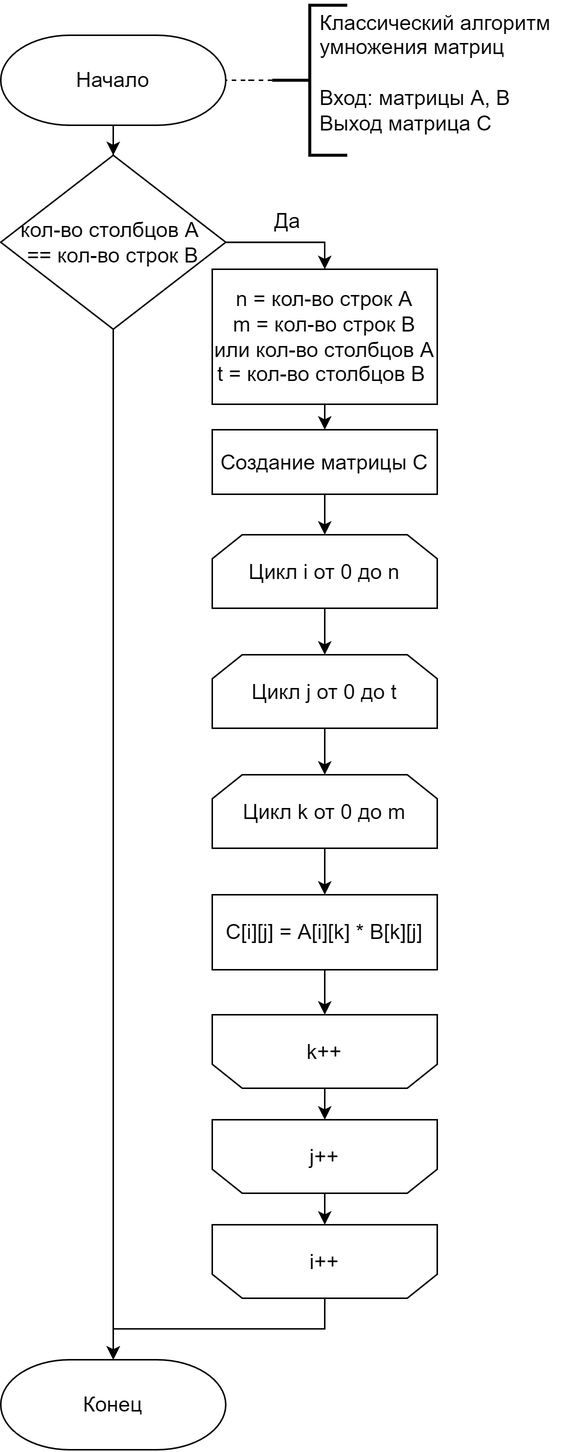
Earlier version of the draw.io export lab_02/docs/img/standart.png (Mansurow/bmstu-iu7-5sem-AA). Source tidied: cells renumbered, new cells last; positions are measured from the earlier drawing's top-left corner, leaving out a move shared by most shapes.
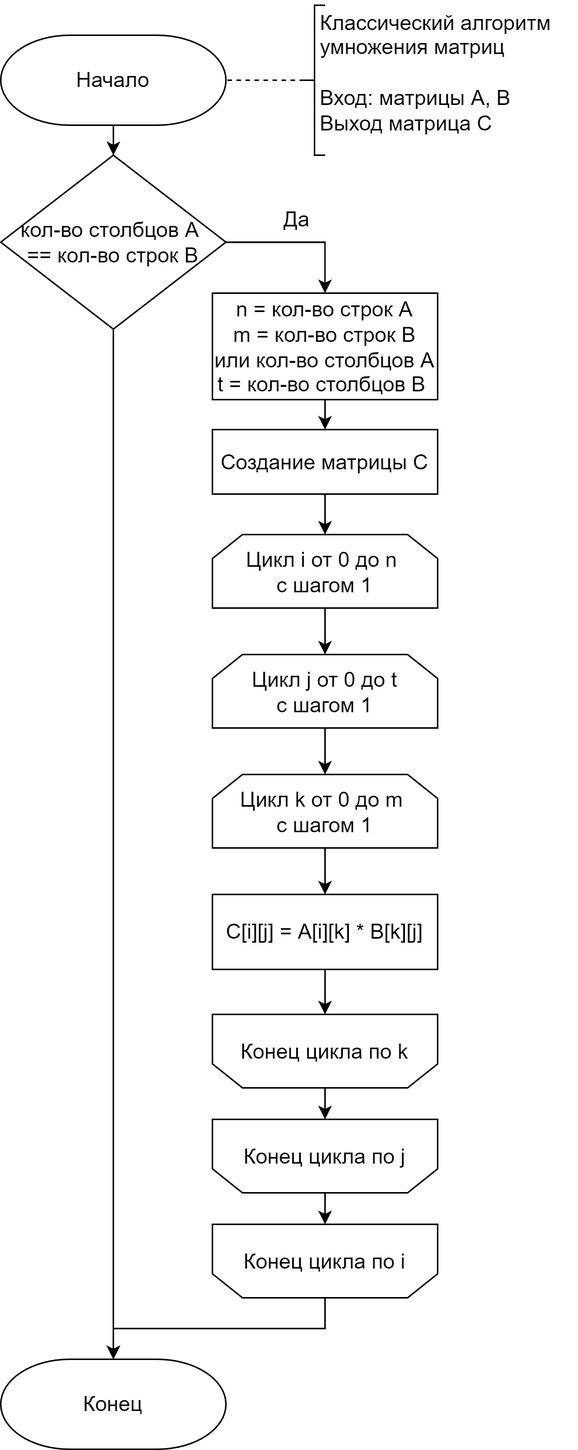
The same diagram one commit later.

What changed in the source:
```diff
@@ -30,24 +30,24 @@
       <mxGeometry relative="1" as="geometry" />
     </mxCell>
     <mxCell id="9" value="n = кол-во строк A&lt;br style=&quot;font-size: 14px;&quot;&gt;m = кол-во строк B или кол-во столбцов A&lt;br style=&quot;font-size: 14px;&quot;&gt;t = кол-во столбцов B&amp;nbsp;" style="rounded=0;whiteSpace=wrap;html=1;absoluteArcSize=1;arcSize=14;strokeWidth=1;fontSize=14;" parent="1" vertex="1">
-      <mxGeometry x="141" y="179" width="150" height="90" as="geometry" />
+      <mxGeometry x="141" y="195" width="150" height="71" as="geometry" />
     </mxCell>
     <mxCell id="10" style="edgeStyle=orthogonalEdgeStyle;rounded=0;jettySize=auto;html=1;fontSize=14;" parent="1" edge="1" source="11" target="13">
       <mxGeometry relative="1" as="geometry" />
     </mxCell>
-    <mxCell id="11" value="&lt;span style=&quot;font-size: 14px;&quot;&gt;Цикл i от 0 до n&lt;/span&gt;" style="shape=loopLimit;whiteSpace=wrap;html=1;fontSize=14;" parent="1" vertex="1">
+    <mxCell id="11" value="&lt;span style=&quot;font-size: 14px;&quot;&gt;Цикл i от 0 до n&amp;nbsp;&lt;br&gt;с шагом 1&lt;br&gt;&lt;/span&gt;" style="shape=loopLimit;whiteSpace=wrap;html=1;fontSize=14;" parent="1" vertex="1">
       <mxGeometry x="141" y="356" width="150" height="49" as="geometry" />
     </mxCell>
     <mxCell id="12" style="edgeStyle=orthogonalEdgeStyle;rounded=0;jettySize=auto;html=1;fontSize=14;" parent="1" edge="1" source="13" target="15">
       <mxGeometry relative="1" as="geometry" />
     </mxCell>
-    <mxCell id="13" value="&lt;span style=&quot;font-size: 14px;&quot;&gt;Цикл j от 0 до t&lt;/span&gt;" style="shape=loopLimit;whiteSpace=wrap;html=1;fontSize=14;" parent="1" vertex="1">
+    <mxCell id="13" value="&lt;span style=&quot;font-size: 14px;&quot;&gt;Цикл j от 0 до t&lt;br&gt;с шагом 1&lt;br&gt;&lt;/span&gt;" style="shape=loopLimit;whiteSpace=wrap;html=1;fontSize=14;" parent="1" vertex="1">
       <mxGeometry x="141" y="436" width="150" height="49" as="geometry" />
     </mxCell>
     <mxCell id="14" style="edgeStyle=orthogonalEdgeStyle;rounded=0;jettySize=auto;html=1;fontSize=14;" parent="1" edge="1" source="15" target="17">
       <mxGeometry relative="1" as="geometry" />
     </mxCell>
-    <mxCell id="15" value="&lt;span style=&quot;font-size: 14px;&quot;&gt;Цикл k от 0 до m&lt;/span&gt;" style="shape=loopLimit;whiteSpace=wrap;html=1;fontSize=14;" parent="1" vertex="1">
+    <mxCell id="15" value="&lt;span style=&quot;font-size: 14px;&quot;&gt;Цикл k от 0 до m&amp;nbsp;&lt;br&gt;с шагом 1&lt;br&gt;&lt;/span&gt;" style="shape=loopLimit;whiteSpace=wrap;html=1;fontSize=14;" parent="1" vertex="1">
       <mxGeometry x="141" y="516" width="150" height="49" as="geometry" />
     </mxCell>
     <mxCell id="16" style="edgeStyle=orthogonalEdgeStyle;rounded=0;jettySize=auto;html=1;fontSize=14;" parent="1" edge="1" source="17" target="23">
@@ -59,19 +59,19 @@
     <mxCell id="18" style="edgeStyle=orthogonalEdgeStyle;rounded=0;jettySize=auto;html=1;fontSize=14;" parent="1" edge="1" source="19" target="24">
       <mxGeometry relative="1" as="geometry" />
     </mxCell>
-    <mxCell id="19" value="i++" style="shape=loopLimit;whiteSpace=wrap;html=1;direction=west;fontSize=14;" parent="1" vertex="1">
+    <mxCell id="19" value="Конец цикла по i" style="shape=loopLimit;whiteSpace=wrap;html=1;direction=west;fontSize=14;" parent="1" vertex="1">
       <mxGeometry x="141" y="816" width="150" height="49" as="geometry" />
     </mxCell>
     <mxCell id="20" style="edgeStyle=orthogonalEdgeStyle;rounded=0;jettySize=auto;html=1;fontSize=14;" parent="1" edge="1" source="21" target="19">
       <mxGeometry relative="1" as="geometry" />
     </mxCell>
-    <mxCell id="21" value="&lt;span style=&quot;font-size: 14px;&quot;&gt;j++&lt;/span&gt;" style="shape=loopLimit;whiteSpace=wrap;html=1;direction=west;fontSize=14;" parent="1" vertex="1">
+    <mxCell id="21" value="Конец цикла по j" style="shape=loopLimit;whiteSpace=wrap;html=1;direction=west;fontSize=14;" parent="1" vertex="1">
       <mxGeometry x="141" y="746" width="150" height="49" as="geometry" />
     </mxCell>
     <mxCell id="22" style="edgeStyle=orthogonalEdgeStyle;rounded=0;jettySize=auto;html=1;entryX=0.5;entryY=1;entryDx=0;entryDy=0;fontSize=14;" parent="1" edge="1" source="23" target="21">
       <mxGeometry relative="1" as="geometry" />
     </mxCell>
-    <mxCell id="23" value="&lt;span style=&quot;font-size: 14px;&quot;&gt;k++&lt;/span&gt;" style="shape=loopLimit;whiteSpace=wrap;html=1;direction=west;fontSize=14;" parent="1" vertex="1">
+    <mxCell id="23" value="Конец цикла по k" style="shape=loopLimit;whiteSpace=wrap;html=1;direction=west;fontSize=14;" parent="1" vertex="1">
       <mxGeometry x="141" y="676" width="150" height="49" as="geometry" />
     </mxCell>
     <mxCell id="24" value="Конец" style="strokeWidth=1;html=1;shape=mxgraph.flowchart.terminator;whiteSpace=wrap;fontSize=14;" parent="1" vertex="1">
@@ -80,8 +80,8 @@
     <mxCell id="25" style="edgeStyle=orthogonalEdgeStyle;rounded=0;jettySize=auto;html=1;endArrow=none;endFill=0;dashed=1;fontSize=14;" parent="1" edge="1" source="26" target="3">
       <mxGeometry relative="1" as="geometry" />
     </mxCell>
-    <mxCell id="26" style="strokeWidth=2;html=1;shape=mxgraph.flowchart.annotation_2;align=left;labelPosition=right;fontSize=14;" parent="1" vertex="1">
-      <mxGeometry x="181" y="3" width="50" height="100" as="geometry" />
+    <mxCell id="26" style="strokeWidth=1;html=1;shape=mxgraph.flowchart.annotation_2;align=left;labelPosition=right;fontSize=14;" parent="1" vertex="1">
+      <mxGeometry x="202" y="3" width="14" height="100" as="geometry" />
     </mxCell>
     <mxCell id="27" value="Классический алгоритм &lt;br style=&quot;font-size: 14px;&quot;&gt;умножения матриц&lt;br style=&quot;font-size: 14px;&quot;&gt;&lt;br style=&quot;font-size: 14px;&quot;&gt;Вход: матрицы A, B&lt;br style=&quot;font-size: 14px;&quot;&gt;Выход матрица С" style="text;html=1;align=left;verticalAlign=middle;strokeColor=none;fillColor=none;fontSize=14;" parent="1" vertex="1">
       <mxGeometry x="211" width="172" height="96" as="geometry" />
```
